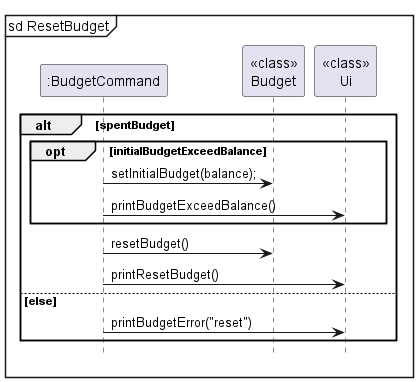
This is docs/images/resetBudget.png from nus-cs2113-AY2324S1/tp, a PlantUML export, as it was before one commit.
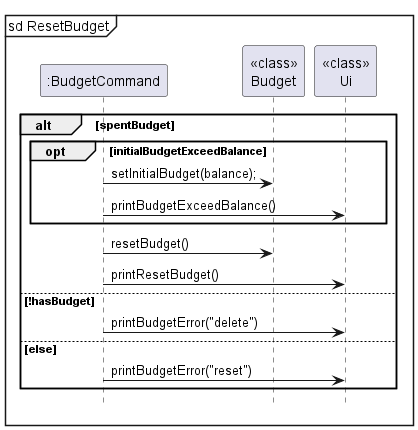
The same file after the commit.

Diff of the diagram source:
```diff
@@ -12,6 +12,8 @@
     end
     BudgetCommand -> Budget: resetBudget()
     BudgetCommand -> Ui: printResetBudget()
+else !hasBudget
+    BudgetCommand -> Ui: printBudgetError("delete")
 else else
     BudgetCommand -> Ui: printBudgetError("reset")
 end
```
